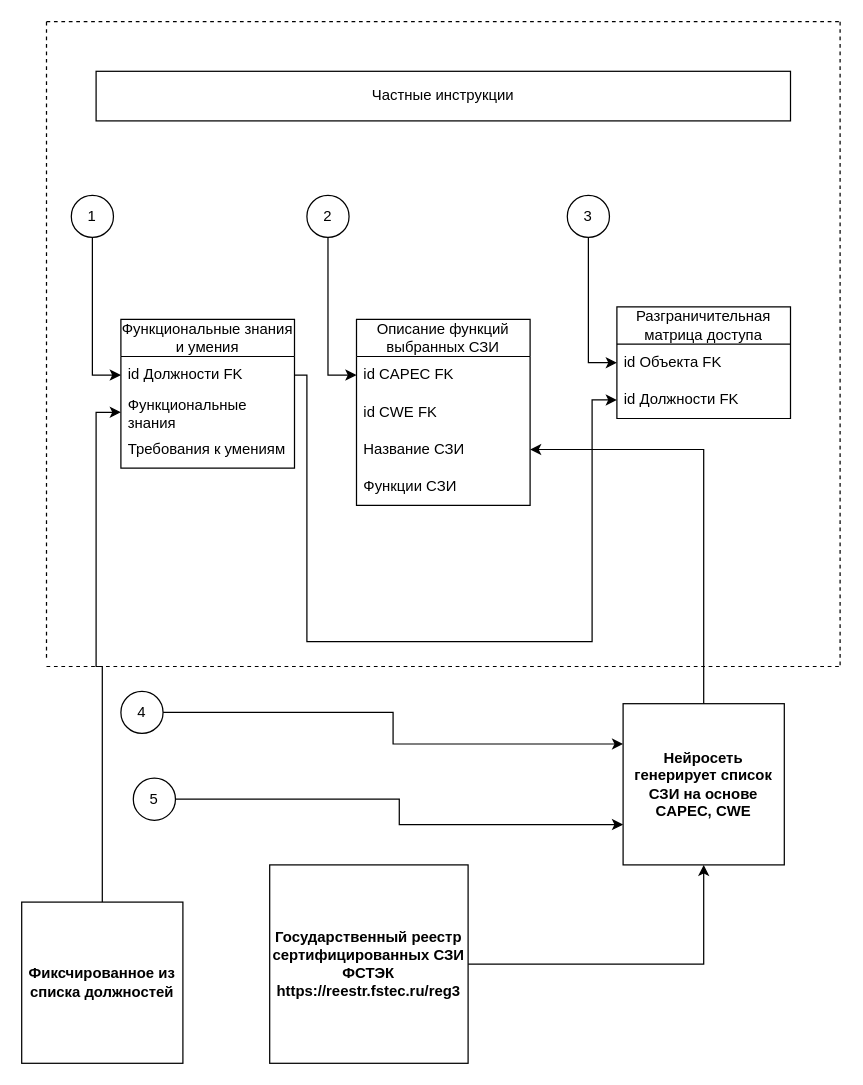
Before: Частные инструкции.drawio in SmirnovBogdan8/Diplom, a draw.io diagram. Source tidied: cells renumbered, new cells numbered last; positions are measured from the earlier drawing's top-left corner, leaving out a move shared by most shapes. Both pictures are drawn from the tidied source at 124%, with x=0, y=0 at pixel (21, 21).
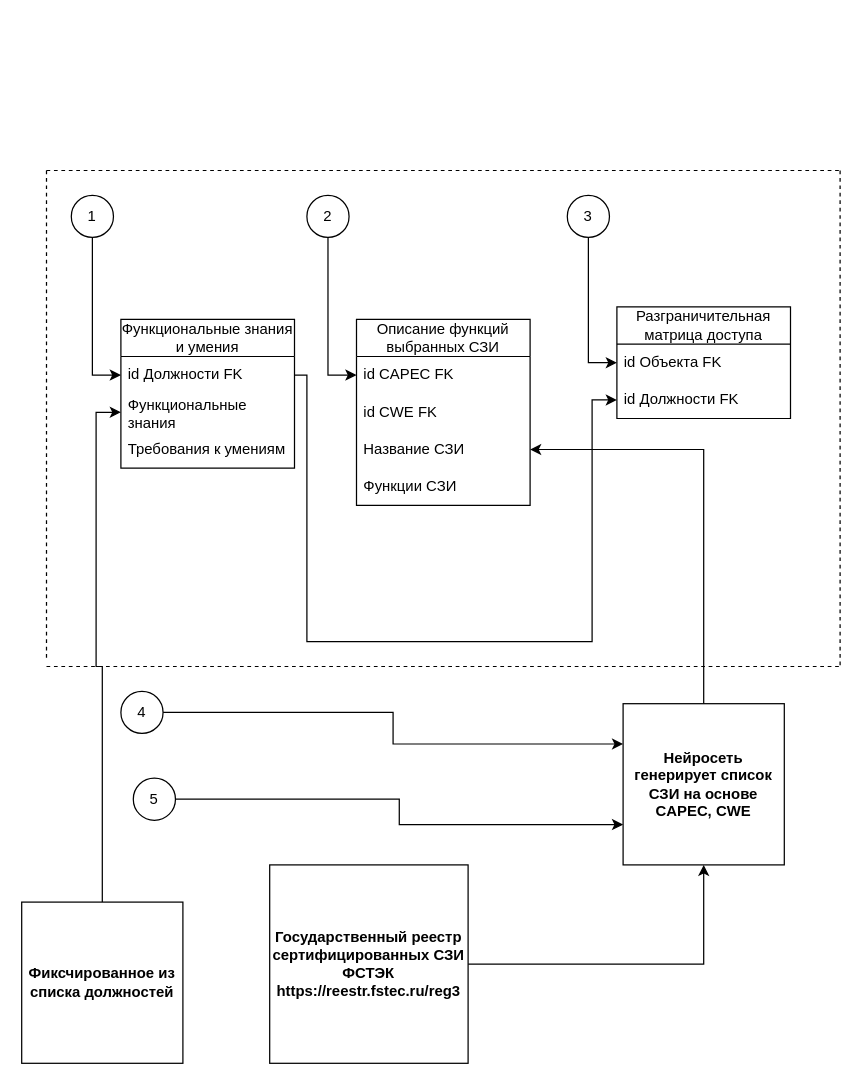
The same page after the edit.

The edit, as a diff of the source:
```diff
@@
-    <mxCell id="2" value="Частные инструкции" style="rounded=0;whiteSpace=wrap;html=1;" parent="1" vertex="1">
-      <mxGeometry x="60" y="40" width="560" height="40" as="geometry" />
-    </mxCell>
     <mxCell id="3" style="endArrow=none;dashed=1;html=1;rounded=0;" parent="1" edge="1">
       <mxGeometry relative="1" as="geometry">
-        <mxPoint x="20" as="sourcePoint" />
-        <mxPoint x="660" as="targetPoint" />
+        <mxPoint x="20" y="120" as="sourcePoint" />
+        <mxPoint x="660" y="120" as="targetPoint" />
       </mxGeometry>
     </mxCell>
@@
     <mxCell id="5" style="endArrow=none;dashed=1;html=1;rounded=0;" parent="1" edge="1">
       <mxGeometry relative="1" as="geometry">
-        <mxPoint x="20" as="sourcePoint" />
+        <mxPoint x="20" y="120" as="sourcePoint" />
         <mxPoint x="20" y="515" as="targetPoint" />
       </mxGeometry>
     </mxCell>
     <mxCell id="6" style="endArrow=none;dashed=1;html=1;rounded=0;" parent="1" edge="1">
       <mxGeometry relative="1" as="geometry">
-        <mxPoint x="660" as="sourcePoint" />
+        <mxPoint x="660" y="120" as="sourcePoint" />
         <mxPoint x="660" y="520" as="targetPoint" />
       </mxGeometry>
     </mxCell>
```
